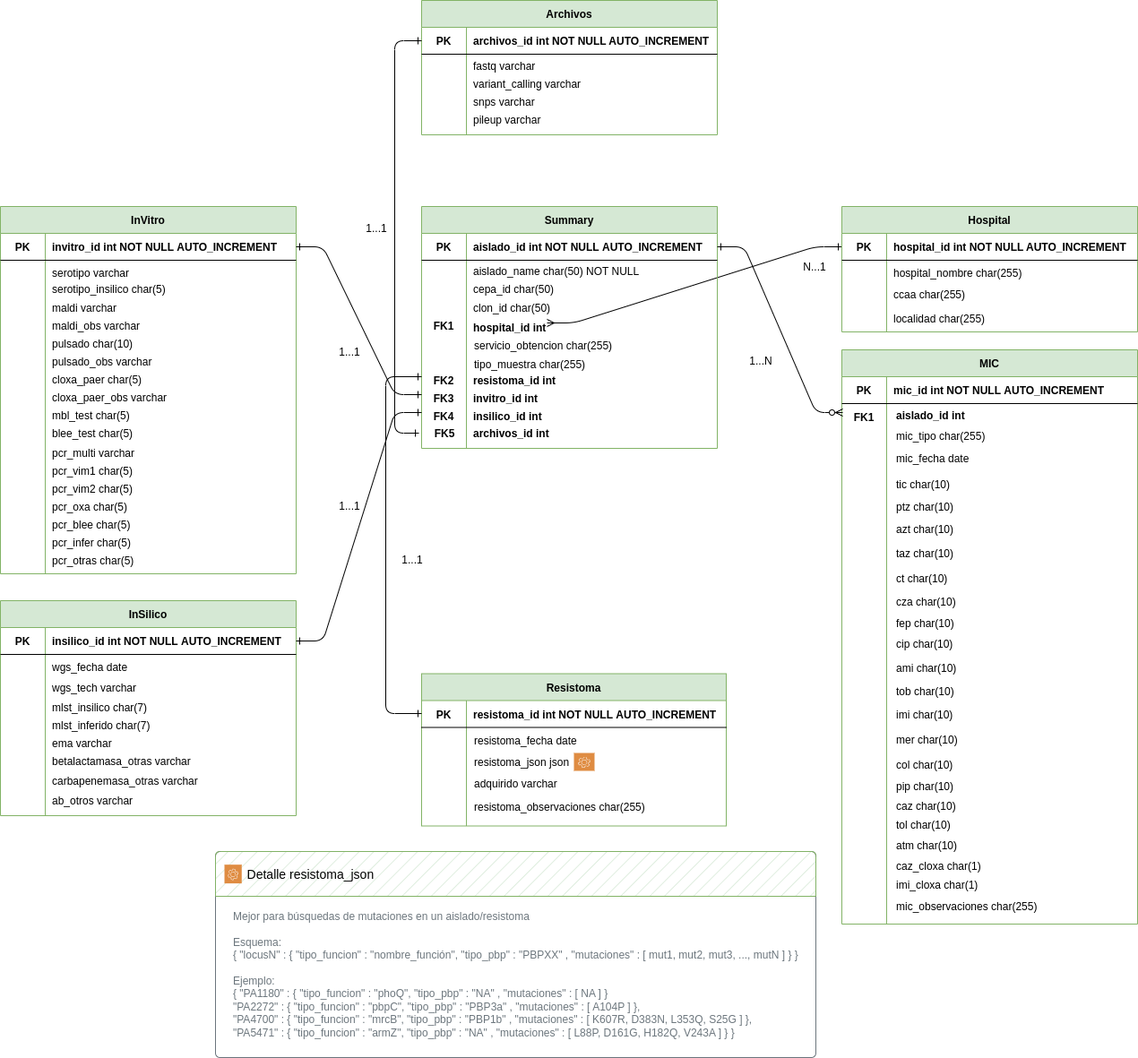
Before: Documentos/PsDB_EntidarRelacion-Usando JSON.png, a diagram exported from draw.io (Steppewolff/BBDD_Ps). Source tidied: cells renumbered, new cells last; positions are measured from the earlier drawing's top-left corner, leaving out a move shared by most shapes.
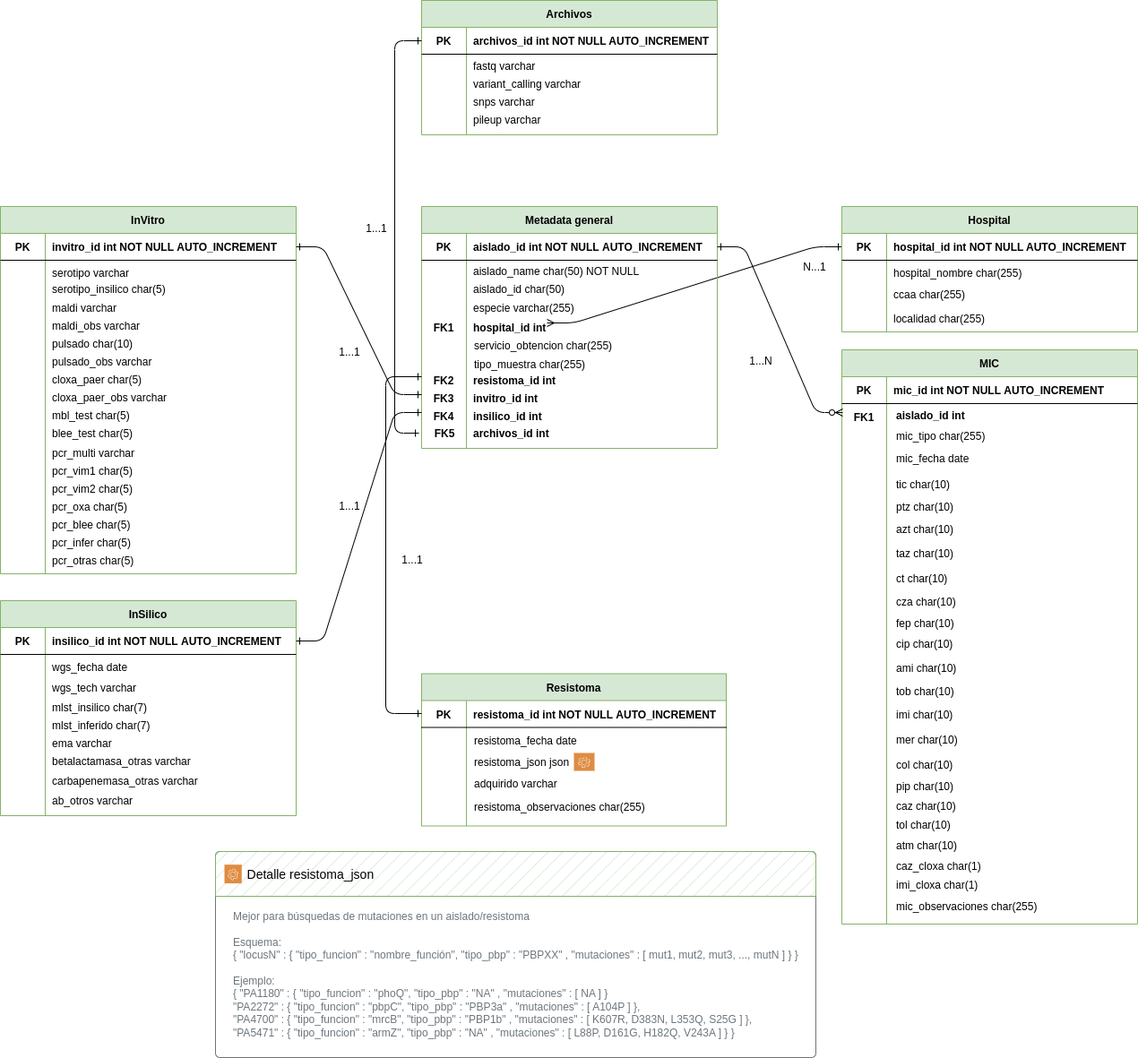
The same file after the commit.

Commit message:
Cambios en diagramasy documentación

Diff of the diagram source:
```diff
@@ -28,7 +28,7 @@
     <mxCell id="9" style="shape=partialRectangle;overflow=hidden;fillColor=none;top=0;left=0;bottom=0;right=0;align=left;spacingLeft=6;" parent="7" vertex="1">
       <mxGeometry x="50" width="280" height="80" as="geometry" />
     </mxCell>
-    <mxCell id="10" value="Summary" style="shape=table;startSize=30;rowLines=0;fontStyle=1;align=center;fillColor=#d5e8d4;strokeColor=#82b366;" parent="1" vertex="1">
+    <mxCell id="10" value="Metadata general" style="shape=table;startSize=30;rowLines=0;fontStyle=1;align=center;fillColor=#d5e8d4;strokeColor=#82b366;" parent="1" vertex="1">
       <mxGeometry x="470" y="230" width="330" height="270" as="geometry" />
     </mxCell>
     <mxCell id="11" style="shape=partialRectangle;fillColor=none;points=[[0,0.5],[1,0.5]];portConstraint=eastwest;top=0;left=0;right=0;bottom=1;" parent="10" vertex="1">
@@ -49,10 +49,10 @@
     <mxCell id="16" style="shape=partialRectangle;overflow=hidden;fillColor=none;top=0;left=0;bottom=0;right=0;align=left;spacingLeft=6;" parent="14" vertex="1">
       <mxGeometry x="50" width="280" height="210" as="geometry" />
     </mxCell>
-    <mxCell id="17" value="cepa_id char(50)" style="shape=partialRectangle;overflow=hidden;fillColor=none;top=0;left=0;bottom=0;right=0;align=left;spacingLeft=6;" parent="1" vertex="1">
+    <mxCell id="17" value="aislado_id char(50)" style="shape=partialRectangle;overflow=hidden;fillColor=none;top=0;left=0;bottom=0;right=0;align=left;spacingLeft=6;" parent="1" vertex="1">
       <mxGeometry x="520" y="307" width="220" height="30" as="geometry" />
     </mxCell>
-    <mxCell id="18" value="clon_id char(50)" style="shape=partialRectangle;overflow=hidden;fillColor=none;top=0;left=0;bottom=0;right=0;align=left;spacingLeft=6;" parent="1" vertex="1">
+    <mxCell id="18" value="especie varchar(255)" style="shape=partialRectangle;overflow=hidden;fillColor=none;top=0;left=0;bottom=0;right=0;align=left;spacingLeft=6;" parent="1" vertex="1">
       <mxGeometry x="520" y="328" width="220" height="30" as="geometry" />
     </mxCell>
     <mxCell id="19" value="hospital_id int" style="shape=partialRectangle;overflow=hidden;fillColor=none;top=0;left=0;bottom=0;right=0;align=left;spacingLeft=6;fontStyle=1;" parent="1" vertex="1">
@@ -268,7 +268,7 @@
       <mxGeometry x="819" y="388" width="60" height="30" as="geometry" />
     </mxCell>
     <mxCell id="87" value="FK1" style="shape=partialRectangle;overflow=hidden;fillColor=none;top=0;left=0;bottom=0;right=0;fontStyle=1;" parent="1" vertex="1">
-      <mxGeometry x="470" y="348" width="50" height="30" as="geometry" />
+      <mxGeometry x="470" y="350" width="50" height="30" as="geometry" />
     </mxCell>
     <mxCell id="88" value="1...1" style="text;html=1;strokeColor=none;fillColor=none;align=center;verticalAlign=middle;whiteSpace=wrap;rounded=0;" parent="1" vertex="1">
       <mxGeometry x="430" y="610" width="60" height="30" as="geometry" />
```
